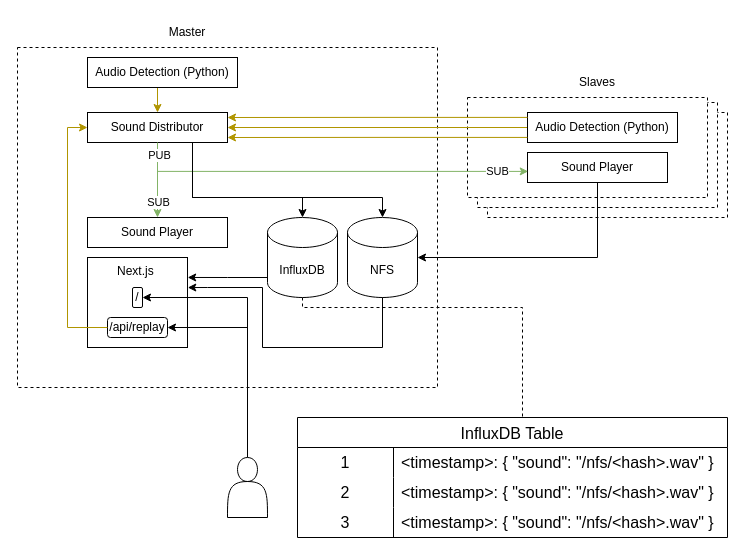
eulersson/taconez keeps this draw.io diagram as anesowa.drawio. Above is the earlier version. Source tidied: cells renumbered, new cells numbered last; positions are measured from the earlier drawing's top-left corner, leaving out a move shared by most shapes. Both pictures are drawn from the tidied source at 100%, with x=0, y=0 at pixel (17, 17).
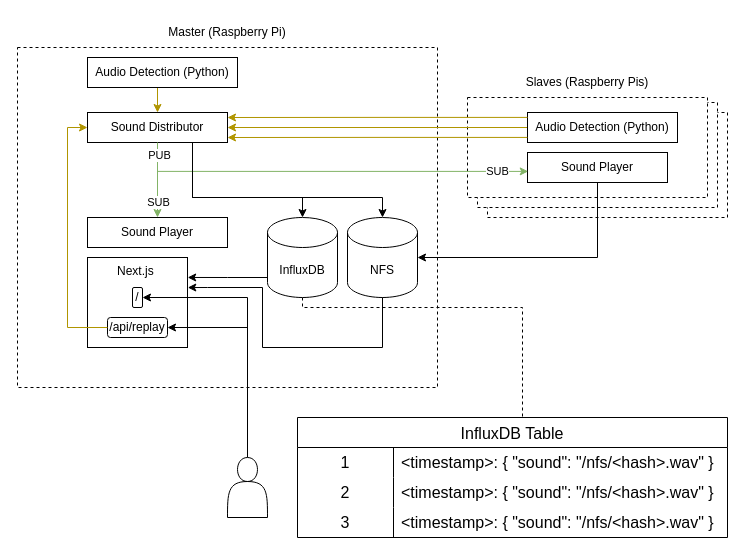
The same diagram, later.

The edit, as a diff of the source:
```diff
@@
-    <mxCell id="6" value="Master" style="text;html=1;strokeColor=none;fillColor=none;align=center;verticalAlign=middle;whiteSpace=wrap;rounded=0;" parent="1" vertex="1">
-      <mxGeometry x="140" width="60" height="30" as="geometry" />
+    <mxCell id="6" value="Master (Raspberry Pi)" style="text;html=1;strokeColor=none;fillColor=none;align=center;verticalAlign=middle;whiteSpace=wrap;rounded=0;" parent="1" vertex="1">
+      <mxGeometry width="420" height="30" as="geometry" />
     </mxCell>
@@
-    <mxCell id="8" value="Slaves" style="text;html=1;strokeColor=none;fillColor=none;align=center;verticalAlign=middle;whiteSpace=wrap;rounded=0;" parent="1" vertex="1">
-      <mxGeometry x="550" y="50" width="60" height="30" as="geometry" />
+    <mxCell id="8" value="Slaves (Raspberry Pis)" style="text;html=1;strokeColor=none;fillColor=none;align=center;verticalAlign=middle;whiteSpace=wrap;rounded=0;" parent="1" vertex="1">
+      <mxGeometry x="450" y="50" width="240" height="30" as="geometry" />
     </mxCell>
```
